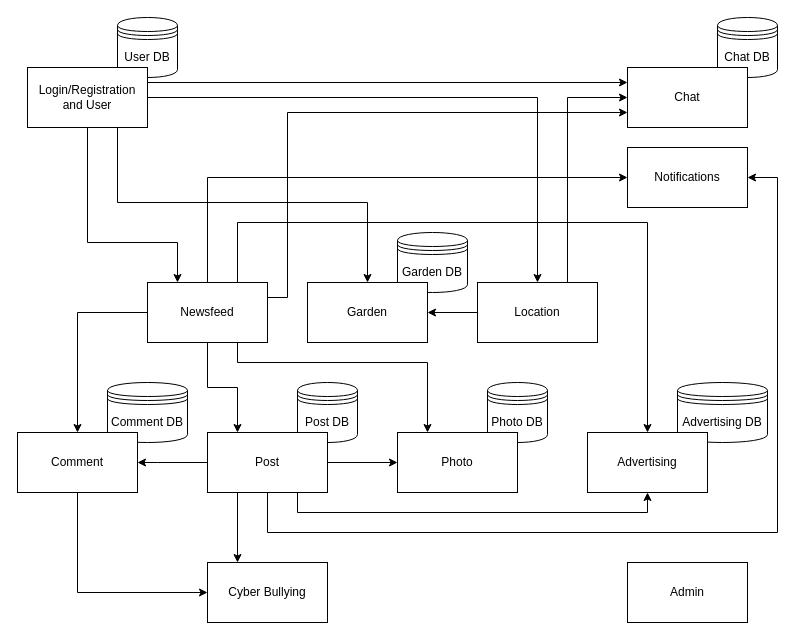
This is doc/Microservices_architecture_final.drawio from desmetr/DistributedComputing, a draw.io file, before an edit. Source tidied: cells renumbered, new cells numbered last; positions are measured from the earlier drawing's top-left corner, leaving out a move shared by most shapes. Both pictures are drawn from the tidied source at 100%, with x=0, y=0 at pixel (17, 17).
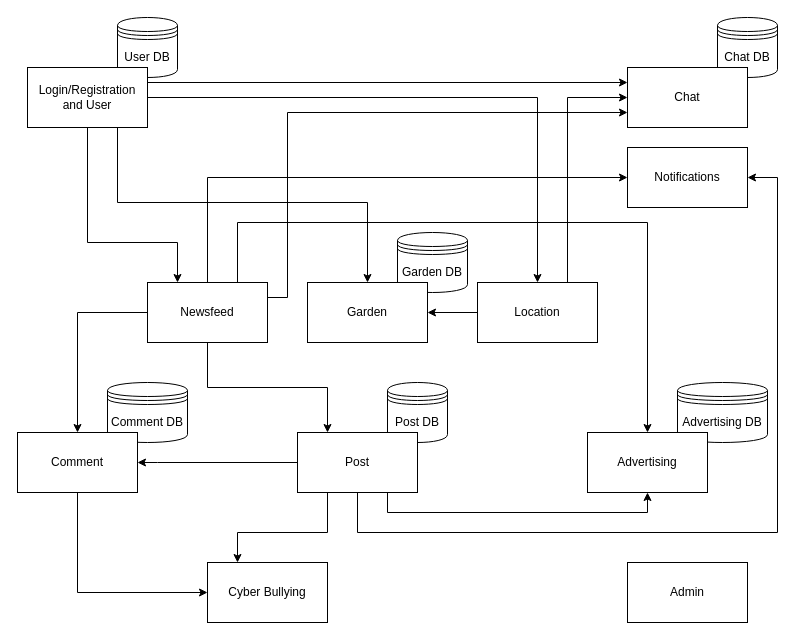
After the change.

Unchanged cells that the change refers to:
```xml
<mxCell id="21" value="Newsfeed" style="rounded=0;whiteSpace=wrap;html=1;" parent="1" vertex="1">
  <mxGeometry x="130" y="265" width="120" height="60" as="geometry" />
</mxCell>
<mxCell id="23" value="&lt;div&gt;Notifications&lt;/div&gt;" style="rounded=0;whiteSpace=wrap;html=1;" parent="1" vertex="1">
  <mxGeometry x="610" y="130" width="120" height="60" as="geometry" />
</mxCell>
<mxCell id="37" value="Cyber Bullying" style="rounded=0;whiteSpace=wrap;html=1;" parent="1" vertex="1">
  <mxGeometry x="190" y="545" width="120" height="60" as="geometry" />
</mxCell>
```

What changed in the source:
```diff
@@
-    <mxCell id="3" value="Photo DB" style="shape=datastore;whiteSpace=wrap;html=1;" parent="1" vertex="1">
-      <mxGeometry x="470" y="365" width="60" height="60" as="geometry" />
-    </mxCell>
     <mxCell id="4" value="Post DB" style="shape=datastore;whiteSpace=wrap;html=1;" parent="1" vertex="1">
-      <mxGeometry x="280" y="365" width="60" height="60" as="geometry" />
+      <mxGeometry x="370" y="365" width="60" height="60" as="geometry" />
     </mxCell>
@@
-    <mxCell id="17" style="edgeStyle=orthogonalEdgeStyle;rounded=0;jettySize=auto;html=1;exitX=0.75;exitY=1;exitDx=0;exitDy=0;entryX=0.25;entryY=0;entryDx=0;entryDy=0;" parent="1" edge="1" source="21" target="35">
-      <mxGeometry relative="1" as="geometry">
-        <Array as="points">
-          <mxPoint x="220" y="345" />
-          <mxPoint x="410" y="345" />
-        </Array>
-      </mxGeometry>
-    </mxCell>
@@
     <mxCell id="29" style="edgeStyle=orthogonalEdgeStyle;rounded=0;jettySize=auto;html=1;exitX=0.25;exitY=1;exitDx=0;exitDy=0;entryX=0.25;entryY=0;entryDx=0;entryDy=0;" parent="1" edge="1" source="34" target="37">
-      <mxGeometry relative="1" as="geometry" />
+      <mxGeometry relative="1" as="geometry">
+        <Array as="points">
+          <mxPoint x="310" y="515" />
+          <mxPoint x="220" y="515" />
+        </Array>
+      </mxGeometry>
     </mxCell>
-    <mxCell id="30" style="edgeStyle=orthogonalEdgeStyle;rounded=0;jettySize=auto;html=1;exitX=1;exitY=0.5;exitDx=0;exitDy=0;entryX=0;entryY=0.5;entryDx=0;entryDy=0;" parent="1" edge="1" source="34" target="35">
-      <mxGeometry relative="1" as="geometry" />
-    </mxCell>
@@
     <mxCell id="33" style="edgeStyle=orthogonalEdgeStyle;rounded=0;jettySize=auto;html=1;exitX=0.5;exitY=1;exitDx=0;exitDy=0;entryX=1;entryY=0.5;entryDx=0;entryDy=0;" parent="1" edge="1" source="34" target="23">
       <mxGeometry relative="1" as="geometry">
         <Array as="points">
-          <mxPoint x="250" y="515" />
+          <mxPoint x="340" y="515" />
           <mxPoint x="760" y="515" />
           <mxPoint x="760" y="160" />
         </Array>
       </mxGeometry>
     </mxCell>
     <mxCell id="34" value="Post" style="rounded=0;whiteSpace=wrap;html=1;" parent="1" vertex="1">
-      <mxGeometry x="190" y="415" width="120" height="60" as="geometry" />
+      <mxGeometry x="280" y="415" width="120" height="60" as="geometry" />
     </mxCell>
-    <mxCell id="35" value="Photo" style="rounded=0;whiteSpace=wrap;html=1;" parent="1" vertex="1">
-      <mxGeometry x="380" y="415" width="120" height="60" as="geometry" />
-    </mxCell>
```
